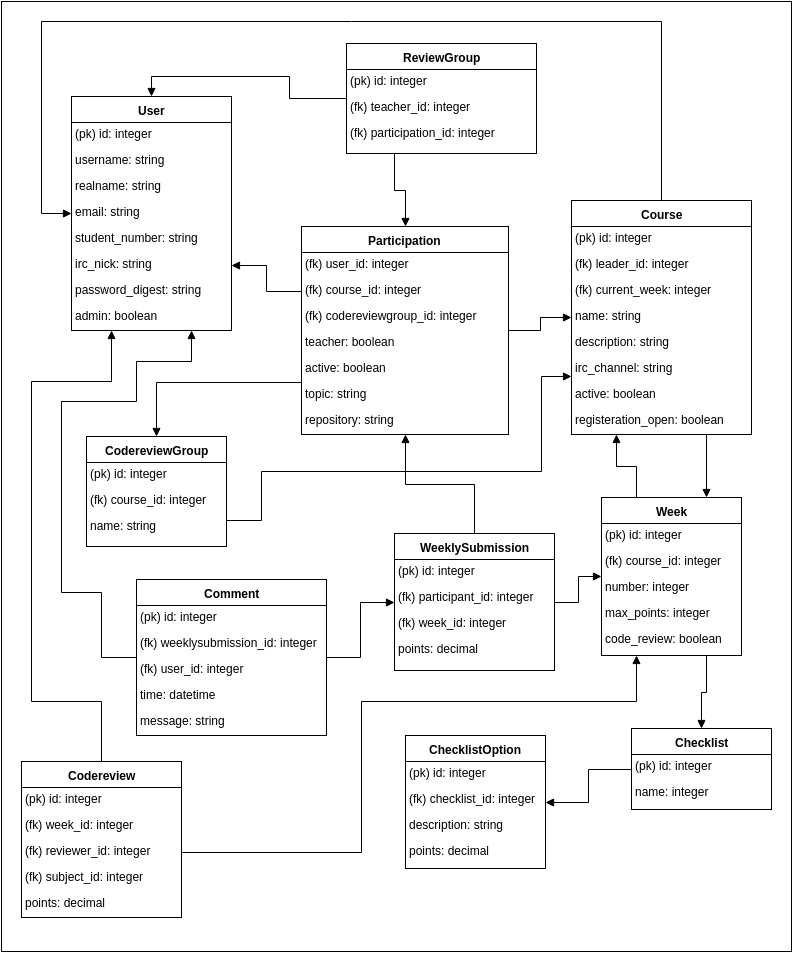
TheDuckFIN/labtool-enhanced keeps this draw.io diagram as doc/database.png. Above is the earlier version. Source tidied: cells renumbered, new cells last; positions are measured from the earlier drawing's top-left corner, leaving out a move shared by most shapes.
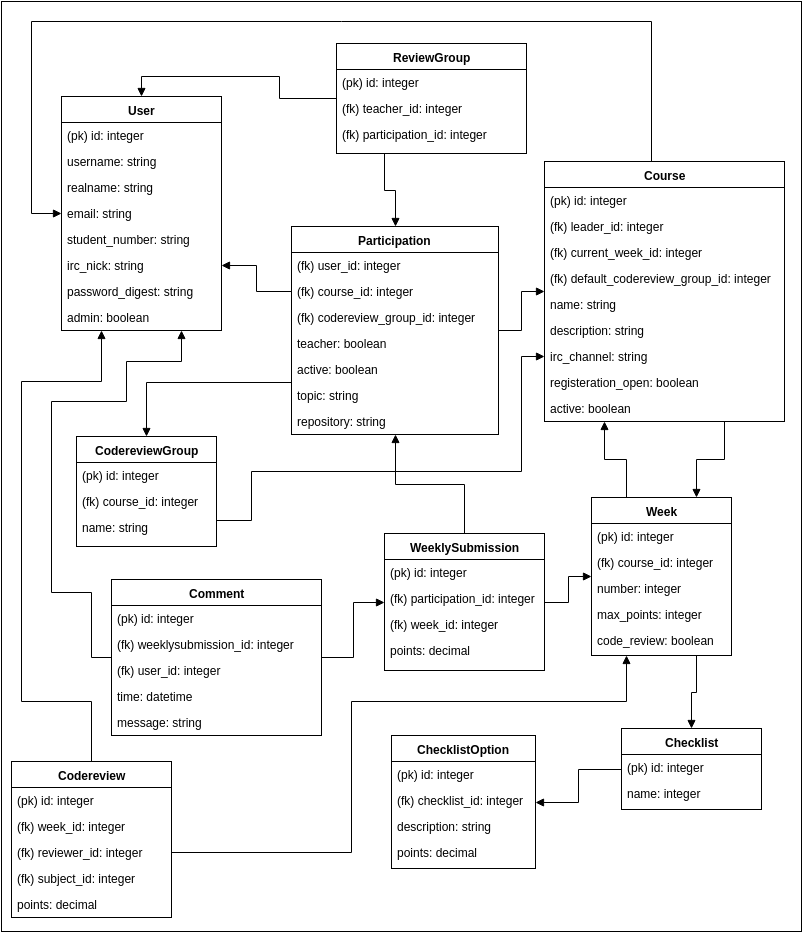
The same diagram one commit later.

Commit message:
updated database schema

The edit, as a diff of the source:
```diff
@@ -2,9 +2,9 @@
   <root>
     <mxCell id="0" />
     <mxCell id="1" parent="0" />
-    <mxCell id="2" style="whiteSpace=wrap;html=1;" parent="1" vertex="1">
-      <mxGeometry width="790" height="950" as="geometry" />
-    </mxCell>
+    <mxCell id="85" style="whiteSpace=wrap;html=1;" parent="1" vertex="1">
+      <mxGeometry x="10" width="800" height="930" as="geometry" />
+    </mxCell>
     <mxCell id="3" value="&lt;b&gt;User&lt;/b&gt;" style="swimlane;html=1;fontStyle=0;horizontal=1;startSize=26;fillColor=none;swimlaneFillColor=#ffffff;" parent="1" vertex="1">
       <mxGeometry x="70" y="95" width="160" height="234" as="geometry" />
     </mxCell>
@@ -33,32 +33,35 @@
       <mxGeometry y="208" width="160" height="26" as="geometry" />
     </mxCell>
     <mxCell id="12" value="&lt;b&gt;Course&lt;/b&gt;" style="swimlane;html=1;fontStyle=0;horizontal=1;startSize=26;fillColor=none;swimlaneFillColor=#ffffff;" parent="1" vertex="1">
-      <mxGeometry x="570" y="199" width="180" height="234" as="geometry" />
+      <mxGeometry x="553" y="160" width="240" height="260" as="geometry" />
     </mxCell>
     <mxCell id="13" value="(pk) id: integer&lt;br&gt;" style="text;html=1;strokeColor=none;fillColor=none;align=left;verticalAlign=top;spacingLeft=4;spacingRight=4;whiteSpace=wrap;overflow=hidden;rounded=1;" parent="12" vertex="1">
-      <mxGeometry y="26" width="180" height="26" as="geometry" />
+      <mxGeometry y="26" width="240" height="26" as="geometry" />
     </mxCell>
     <mxCell id="14" value="(fk) leader_id: integer&lt;br&gt;" style="text;html=1;strokeColor=none;fillColor=none;align=left;verticalAlign=top;spacingLeft=4;spacingRight=4;whiteSpace=wrap;overflow=hidden;rounded=0;" parent="12" vertex="1">
-      <mxGeometry y="52" width="180" height="26" as="geometry" />
+      <mxGeometry y="52" width="240" height="26" as="geometry" />
     </mxCell>
-    <mxCell id="15" value="(fk) current_week: integer" style="text;html=1;strokeColor=none;fillColor=none;align=left;verticalAlign=top;spacingLeft=4;spacingRight=4;whiteSpace=wrap;overflow=hidden;rounded=0;" parent="12" vertex="1">
-      <mxGeometry y="78" width="180" height="26" as="geometry" />
+    <mxCell id="15" value="(fk) current_week_id: integer" style="text;html=1;strokeColor=none;fillColor=none;align=left;verticalAlign=top;spacingLeft=4;spacingRight=4;whiteSpace=wrap;overflow=hidden;rounded=0;" parent="12" vertex="1">
+      <mxGeometry y="78" width="240" height="26" as="geometry" />
     </mxCell>
+    <mxCell id="20" value="(fk) default_codereview_group_id: integer&lt;br&gt;" style="text;html=1;strokeColor=none;fillColor=none;align=left;verticalAlign=top;spacingLeft=4;spacingRight=4;whiteSpace=wrap;overflow=hidden;rounded=0;" parent="12" vertex="1">
+      <mxGeometry y="104" width="240" height="26" as="geometry" />
+    </mxCell>
     <mxCell id="16" value="name: string" style="text;html=1;strokeColor=none;fillColor=none;align=left;verticalAlign=top;spacingLeft=4;spacingRight=4;whiteSpace=wrap;overflow=hidden;" parent="12" vertex="1">
-      <mxGeometry y="104" width="180" height="26" as="geometry" />
+      <mxGeometry y="130" width="240" height="26" as="geometry" />
     </mxCell>
     <mxCell id="17" value="description: string&lt;br&gt;" style="text;html=1;strokeColor=none;fillColor=none;align=left;verticalAlign=top;spacingLeft=4;spacingRight=4;whiteSpace=wrap;overflow=hidden;" parent="12" vertex="1">
-      <mxGeometry y="130" width="180" height="26" as="geometry" />
+      <mxGeometry y="156" width="240" height="26" as="geometry" />
     </mxCell>
     <mxCell id="18" value="irc_channel: string" style="text;html=1;strokeColor=none;fillColor=none;align=left;verticalAlign=top;spacingLeft=4;spacingRight=4;whiteSpace=wrap;overflow=hidden;rounded=0;" parent="12" vertex="1">
-      <mxGeometry y="156" width="180" height="26" as="geometry" />
+      <mxGeometry y="182" width="240" height="26" as="geometry" />
     </mxCell>
+    <mxCell id="86" value="registeration_open: boolean&lt;br&gt;" style="text;html=1;strokeColor=none;fillColor=none;align=left;verticalAlign=top;spacingLeft=4;spacingRight=4;whiteSpace=wrap;overflow=hidden;rounded=0;" parent="12" vertex="1">
+      <mxGeometry y="208" width="240" height="26" as="geometry" />
+    </mxCell>
     <mxCell id="19" value="active: boolean&lt;br&gt;" style="text;html=1;strokeColor=none;fillColor=none;align=left;verticalAlign=top;spacingLeft=4;spacingRight=4;whiteSpace=wrap;overflow=hidden;rounded=1;" parent="12" vertex="1">
-      <mxGeometry y="182" width="180" height="26" as="geometry" />
+      <mxGeometry y="234" width="240" height="26" as="geometry" />
     </mxCell>
-    <mxCell id="20" value="registeration_open: boolean&lt;br&gt;" style="text;html=1;strokeColor=none;fillColor=none;align=left;verticalAlign=top;spacingLeft=4;spacingRight=4;whiteSpace=wrap;overflow=hidden;rounded=0;" parent="12" vertex="1">
-      <mxGeometry y="208" width="180" height="26" as="geometry" />
-    </mxCell>
     <mxCell id="21" value="&lt;b&gt;Participation&lt;/b&gt;" style="swimlane;html=1;fontStyle=0;horizontal=1;startSize=26;fillColor=none;swimlaneFillColor=#ffffff;" parent="1" vertex="1">
       <mxGeometry x="300" y="225" width="207" height="208" as="geometry" />
     </mxCell>
@@ -68,7 +71,7 @@
     <mxCell id="23" value="(fk) course_id: integer&lt;br&gt;" style="text;html=1;strokeColor=none;fillColor=none;align=left;verticalAlign=top;spacingLeft=4;spacingRight=4;whiteSpace=wrap;overflow=hidden;points=[[0,0.5],[1,0.5]];portConstraint=eastwest;" parent="21" vertex="1">
       <mxGeometry y="52" width="207" height="26" as="geometry" />
     </mxCell>
-    <mxCell id="24" value="(fk) codereviewgroup_id: integer&lt;br&gt;" style="text;html=1;strokeColor=none;fillColor=none;align=left;verticalAlign=top;spacingLeft=4;spacingRight=4;whiteSpace=wrap;overflow=hidden;" parent="21" vertex="1">
+    <mxCell id="24" value="(fk) codereview_group_id: integer&lt;br&gt;" style="text;html=1;strokeColor=none;fillColor=none;align=left;verticalAlign=top;spacingLeft=4;spacingRight=4;whiteSpace=wrap;overflow=hidden;" parent="21" vertex="1">
       <mxGeometry y="78" width="207" height="26" as="geometry" />
     </mxCell>
     <mxCell id="25" value="teacher: boolean&lt;br&gt;" style="text;html=1;strokeColor=none;fillColor=none;align=left;verticalAlign=top;spacingLeft=4;spacingRight=4;whiteSpace=wrap;overflow=hidden;rounded=1;" parent="21" vertex="1">
@@ -84,19 +87,19 @@
       <mxGeometry y="182" width="207" height="26" as="geometry" />
     </mxCell>
     <mxCell id="29" value="&lt;b&gt;ChecklistOption&lt;/b&gt;" style="swimlane;html=1;fontStyle=0;horizontal=1;startSize=26;fillColor=none;swimlaneFillColor=#ffffff;rounded=0;" parent="1" vertex="1">
-      <mxGeometry x="404" y="734" width="140" height="133" as="geometry" />
+      <mxGeometry x="400" y="734" width="144" height="133" as="geometry" />
     </mxCell>
     <mxCell id="30" value="(pk) id: integer" style="text;html=1;strokeColor=none;fillColor=none;align=left;verticalAlign=top;spacingLeft=4;spacingRight=4;whiteSpace=wrap;overflow=hidden;" parent="29" vertex="1">
-      <mxGeometry y="26" width="140" height="26" as="geometry" />
+      <mxGeometry y="26" width="144" height="26" as="geometry" />
     </mxCell>
     <mxCell id="31" value="(fk) checklist_id: integer" style="text;html=1;strokeColor=none;fillColor=none;align=left;verticalAlign=top;spacingLeft=4;spacingRight=4;whiteSpace=wrap;overflow=hidden;" parent="29" vertex="1">
-      <mxGeometry y="52" width="140" height="26" as="geometry" />
+      <mxGeometry y="52" width="144" height="26" as="geometry" />
     </mxCell>
     <mxCell id="32" value="description: string" style="text;html=1;strokeColor=none;fillColor=none;align=left;verticalAlign=top;spacingLeft=4;spacingRight=4;whiteSpace=wrap;overflow=hidden;" parent="29" vertex="1">
-      <mxGeometry y="78" width="140" height="26" as="geometry" />
+      <mxGeometry y="78" width="144" height="26" as="geometry" />
     </mxCell>
     <mxCell id="33" value="points: decimal" style="text;html=1;strokeColor=none;fillColor=none;align=left;verticalAlign=top;spacingLeft=4;spacingRight=4;whiteSpace=wrap;overflow=hidden;" parent="29" vertex="1">
-      <mxGeometry y="104" width="140" height="26" as="geometry" />
+      <mxGeometry y="104" width="144" height="26" as="geometry" />
     </mxCell>
     <mxCell id="34" value="&lt;b&gt;Checklist&lt;/b&gt;" style="swimlane;html=1;fontStyle=0;horizontal=1;startSize=26;fillColor=none;swimlaneFillColor=#ffffff;rounded=0;" parent="1" vertex="1">
       <mxGeometry x="630" y="727" width="140" height="81" as="geometry" />
@@ -128,7 +131,7 @@
     <mxCell id="43" value="(pk) id: integer" style="text;html=1;strokeColor=none;fillColor=none;align=left;verticalAlign=top;spacingLeft=4;spacingRight=4;whiteSpace=wrap;overflow=hidden;" parent="42" vertex="1">
       <mxGeometry y="26" width="160" height="26" as="geometry" />
     </mxCell>
-    <mxCell id="44" value="(fk) participant_id: integer" style="text;html=1;strokeColor=none;fillColor=none;align=left;verticalAlign=top;spacingLeft=4;spacingRight=4;whiteSpace=wrap;overflow=hidden;" parent="42" vertex="1">
+    <mxCell id="44" value="(fk) participation_id: integer" style="text;html=1;strokeColor=none;fillColor=none;align=left;verticalAlign=top;spacingLeft=4;spacingRight=4;whiteSpace=wrap;overflow=hidden;" parent="42" vertex="1">
       <mxGeometry y="52" width="160" height="26" as="geometry" />
     </mxCell>
     <mxCell id="45" value="(fk) week_id: integer" style="text;html=1;strokeColor=none;fillColor=none;align=left;verticalAlign=top;spacingLeft=4;spacingRight=4;whiteSpace=wrap;overflow=hidden;" parent="42" vertex="1">
@@ -213,13 +216,14 @@
     <mxCell id="68" style="edgeStyle=orthogonalEdgeStyle;rounded=0;html=1;exitX=1;exitY=0.5;endArrow=block;endFill=1;jettySize=auto;" parent="1" edge="1" source="42" target="47">
       <mxGeometry relative="1" as="geometry" />
     </mxCell>
-    <mxCell id="69" style="edgeStyle=orthogonalEdgeStyle;rounded=0;html=1;exitX=1;exitY=0.5;entryX=0;entryY=0.75;endArrow=block;endFill=1;jettySize=auto;" parent="1" edge="1" source="40" target="12">
+    <mxCell id="69" style="edgeStyle=orthogonalEdgeStyle;rounded=0;html=1;exitX=1;exitY=0.5;endArrow=block;endFill=1;jettySize=auto;entryX=0;entryY=0.75;" parent="1" edge="1" source="40" target="12">
       <mxGeometry relative="1" as="geometry">
         <Array as="points">
+          <mxPoint x="225" y="519" />
           <mxPoint x="260" y="519" />
           <mxPoint x="260" y="470" />
-          <mxPoint x="540" y="470" />
-          <mxPoint x="540" y="375" />
+          <mxPoint x="530" y="470" />
+          <mxPoint x="530" y="355" />
         </Array>
       </mxGeometry>
     </mxCell>
@@ -233,22 +237,22 @@
       <mxGeometry relative="1" as="geometry" />
     </mxCell>
     <mxCell id="73" value="&lt;b&gt;Comment&lt;/b&gt;" style="swimlane;html=1;fontStyle=0;horizontal=1;startSize=26;fillColor=none;swimlaneFillColor=#ffffff;rounded=0;" parent="1" vertex="1">
-      <mxGeometry x="135" y="578" width="190" height="156" as="geometry" />
+      <mxGeometry x="120" y="578" width="210" height="156" as="geometry" />
     </mxCell>
     <mxCell id="74" value="(pk) id: integer" style="text;html=1;strokeColor=none;fillColor=none;align=left;verticalAlign=top;spacingLeft=4;spacingRight=4;whiteSpace=wrap;overflow=hidden;" parent="73" vertex="1">
-      <mxGeometry y="26" width="190" height="26" as="geometry" />
+      <mxGeometry y="26" width="210" height="26" as="geometry" />
     </mxCell>
     <mxCell id="75" value="(fk) weeklysubmission_id: integer" style="text;html=1;strokeColor=none;fillColor=none;align=left;verticalAlign=top;spacingLeft=4;spacingRight=4;whiteSpace=wrap;overflow=hidden;" parent="73" vertex="1">
-      <mxGeometry y="52" width="190" height="26" as="geometry" />
+      <mxGeometry y="52" width="210" height="26" as="geometry" />
     </mxCell>
     <mxCell id="76" value="(fk) user_id: integer" style="text;html=1;strokeColor=none;fillColor=none;align=left;verticalAlign=top;spacingLeft=4;spacingRight=4;whiteSpace=wrap;overflow=hidden;" parent="73" vertex="1">
-      <mxGeometry y="78" width="190" height="26" as="geometry" />
+      <mxGeometry y="78" width="210" height="26" as="geometry" />
     </mxCell>
     <mxCell id="77" value="time: datetime" style="text;html=1;strokeColor=none;fillColor=none;align=left;verticalAlign=top;spacingLeft=4;spacingRight=4;whiteSpace=wrap;overflow=hidden;" parent="73" vertex="1">
-      <mxGeometry y="104" width="190" height="26" as="geometry" />
+      <mxGeometry y="104" width="210" height="26" as="geometry" />
     </mxCell>
     <mxCell id="78" value="message: string" style="text;html=1;strokeColor=none;fillColor=none;align=left;verticalAlign=top;spacingLeft=4;spacingRight=4;whiteSpace=wrap;overflow=hidden;" parent="73" vertex="1">
-      <mxGeometry y="130" width="190" height="26" as="geometry" />
+      <mxGeometry y="130" width="210" height="26" as="geometry" />
     </mxCell>
     <mxCell id="79" style="edgeStyle=orthogonalEdgeStyle;rounded=0;html=1;exitX=0.75;exitY=1;entryX=0.5;entryY=0;endArrow=block;endFill=1;jettySize=auto;" parent="1" edge="1" source="47" target="34">
       <mxGeometry relative="1" as="geometry" />
```
